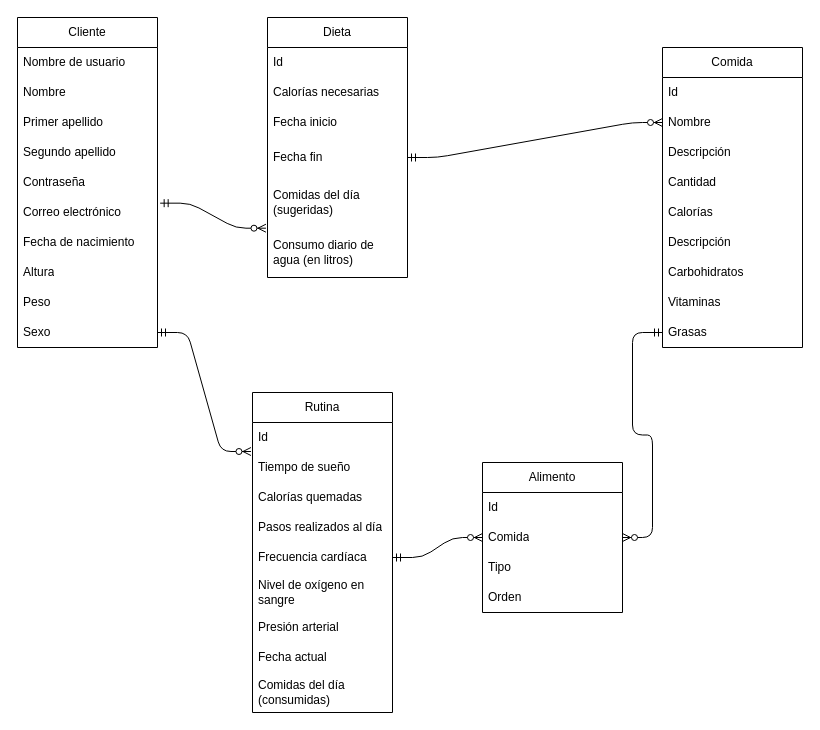
The draw.io diagram assets/draw-io-db-estructure.drawio in kateBea/Fitness-Tracker, before the edit. Source tidied: cells renumbered, new cells numbered last; positions are measured from the earlier drawing's top-left corner, leaving out a move shared by most shapes. Both pictures are drawn from the tidied source at 100%, with x=0, y=0 at pixel (17, 17).
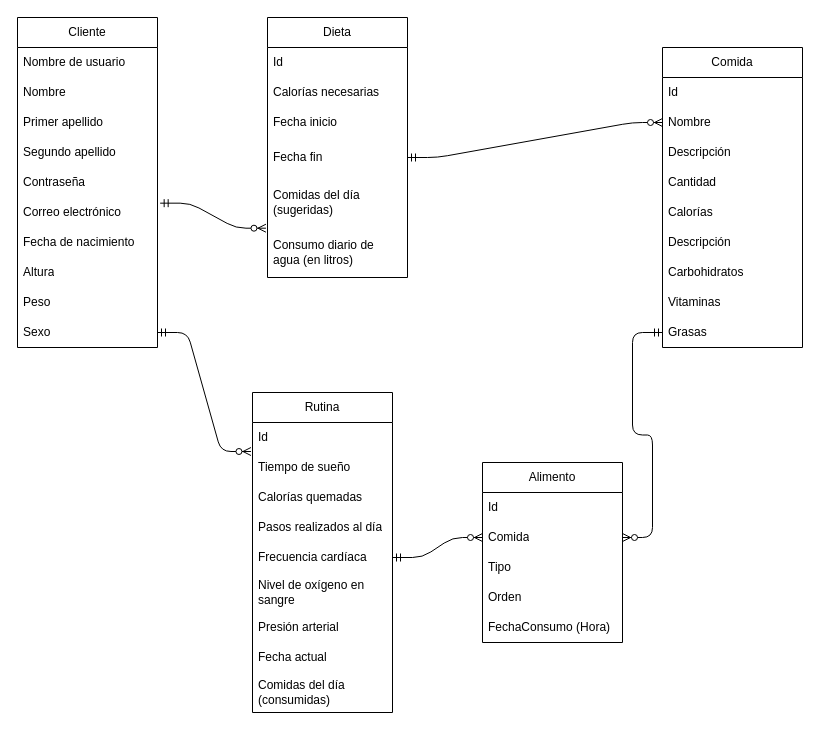
The same diagram, later.

What changed in the source:
```diff
@@
     <mxCell id="44" value="Alimento" style="swimlane;fontStyle=0;horizontal=1;startSize=30;whiteSpace=wrap;html=1;" parent="1" vertex="1">
-      <mxGeometry x="465" y="445" width="140" height="150" as="geometry" />
+      <mxGeometry x="465" y="445" width="140" height="180" as="geometry" />
     </mxCell>
@@
+    <mxCell id="50" value="FechaConsumo (Hora)" style="text;strokeColor=none;fillColor=none;align=left;verticalAlign=middle;spacingLeft=4;spacingRight=4;overflow=hidden;whiteSpace=wrap;html=1;" parent="44" vertex="1">
+      <mxGeometry y="150" width="140" height="30" as="geometry" />
+    </mxCell>
```
